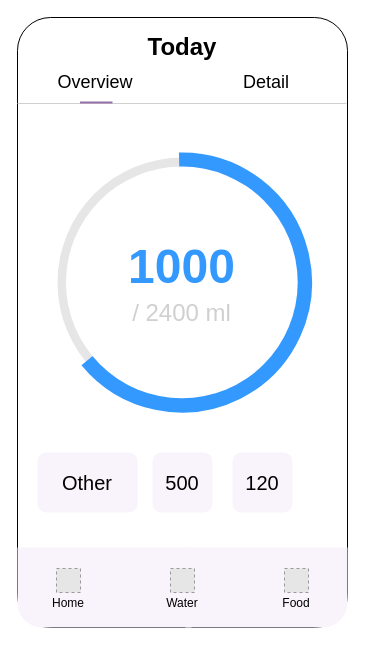
ChienKangLu/workout_app keeps this draw.io diagram as page "water" (6 of 6) of workout_app_design.drawio. Above is the earlier version. Source tidied: cells renumbered, new cells numbered last; positions are measured from the earlier drawing's top-left corner, leaving out a move shared by most shapes. Both pictures are drawn from the tidied source at 100%, with x=0, y=0 at pixel (17, 17). Pictures stored in the file or linked from it are replaced by grey dashed boxes.
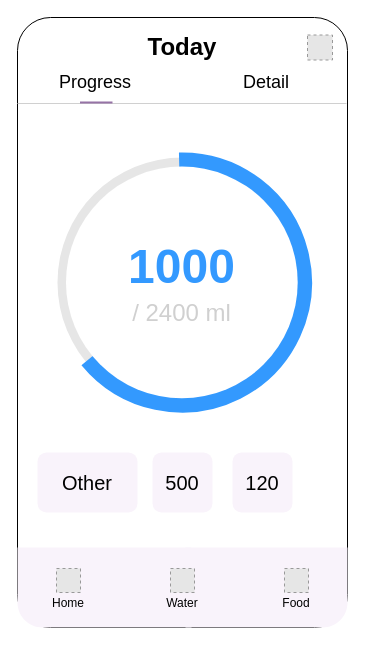
The same diagram, later.

Diff of the diagram source:
```diff
@@
-    <mxCell id="14" value="Overview" style="text;html=1;strokeColor=none;fillColor=none;align=center;verticalAlign=middle;whiteSpace=wrap;rounded=0;fontSize=18;" parent="1" vertex="1">
+    <mxCell id="14" value="Progress" style="text;html=1;strokeColor=none;fillColor=none;align=center;verticalAlign=middle;whiteSpace=wrap;rounded=0;fontSize=18;" parent="1" vertex="1">
       <mxGeometry x="48" y="50" width="60" height="30" as="geometry" />
     </mxCell>
@@
+    <mxCell id="25" style="fillColor=#E6E6E6;strokeColor=#999999;dashed=1;verticalLabelPosition=bottom;verticalAlign=top;" parent="1" vertex="1">
+      <mxGeometry x="290" y="17.5" width="25" height="25" as="geometry" />
+    </mxCell>
```
